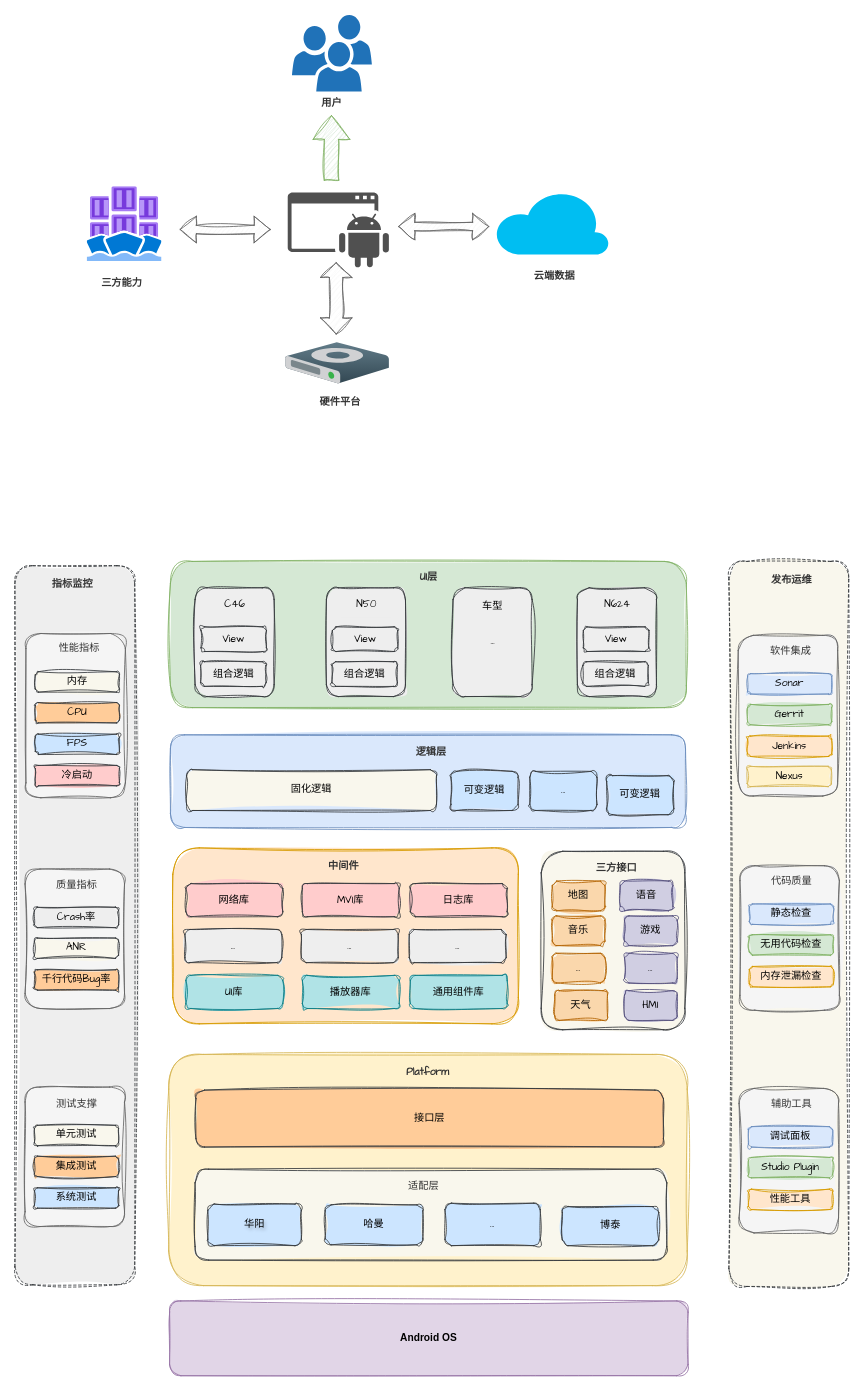
The draw.io diagram PPT.drawio in TryLoveCatch/charts, before the edit. Source tidied: cells renumbered, new cells numbered last; positions are measured from the earlier drawing's top-left corner, leaving out a move shared by most shapes. Both pictures are drawn from the tidied source at 85%, with x=0, y=0 at pixel (14, 14).
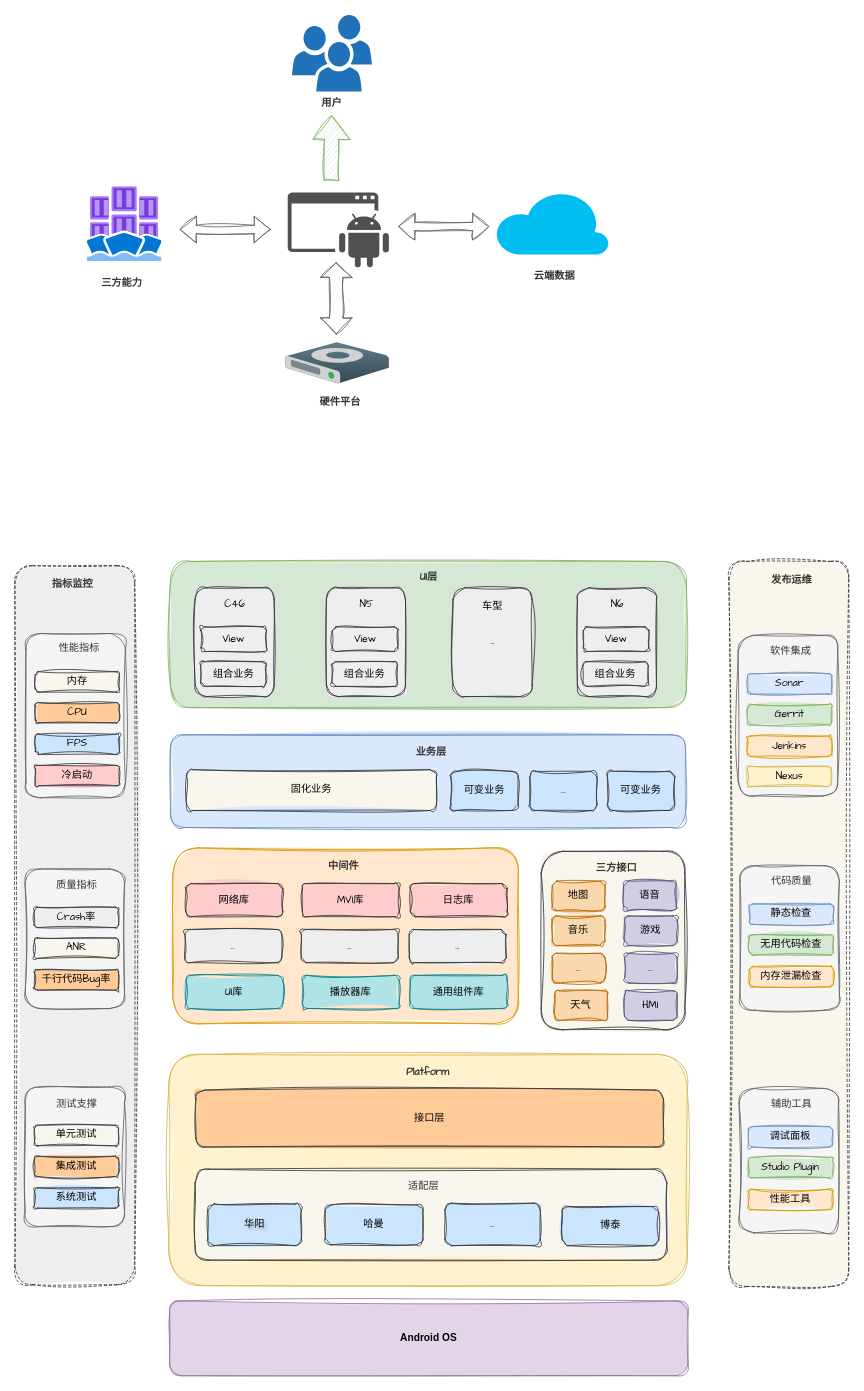
After the change.

The edit, as a diff of the source:
```diff
@@
     <mxCell id="30" value="语音" style="rounded=1;whiteSpace=wrap;html=1;sketch=1;jiggle=2;curveFitting=1;strokeColor=#56517e;align=center;verticalAlign=middle;fontFamily=Comic Sans MS;fontSize=12;labelBackgroundColor=none;fillColor=#d0cee2;fillStyle=solid;" parent="1" vertex="1">
-      <mxGeometry x="712.2" y="1019" width="62" height="35" as="geometry" />
+      <mxGeometry x="716.2" y="1019" width="62" height="35" as="geometry" />
     </mxCell>
@@
-    <mxCell id="48" value="&lt;b&gt;逻辑层&lt;/b&gt;" style="text;html=1;align=center;verticalAlign=middle;whiteSpace=wrap;rounded=0;fontFamily=Comic Sans MS;fontSize=12;fontColor=#333333;labelBackgroundColor=none;" parent="1" vertex="1">
+    <mxCell id="48" value="&lt;b&gt;业务层&lt;/b&gt;" style="text;html=1;align=center;verticalAlign=middle;whiteSpace=wrap;rounded=0;fontFamily=Comic Sans MS;fontSize=12;fontColor=#333333;labelBackgroundColor=none;" parent="1" vertex="1">
       <mxGeometry x="459.5" y="853" width="60" height="30" as="geometry" />
     </mxCell>
-    <mxCell id="49" value="固化逻辑" style="rounded=1;whiteSpace=wrap;html=1;sketch=1;jiggle=2;curveFitting=1;strokeColor=#36393d;align=center;verticalAlign=middle;fontFamily=Comic Sans MS;fontSize=12;labelBackgroundColor=none;fillColor=#f9f7ed;fillStyle=solid;" parent="1" vertex="1">
+    <mxCell id="49" value="固化业务" style="rounded=1;whiteSpace=wrap;html=1;sketch=1;jiggle=2;curveFitting=1;strokeColor=#36393d;align=center;verticalAlign=middle;fontFamily=Comic Sans MS;fontSize=12;labelBackgroundColor=none;fillColor=#f9f7ed;fillStyle=solid;" parent="1" vertex="1">
       <mxGeometry x="202" y="888" width="294" height="48" as="geometry" />
     </mxCell>
-    <mxCell id="50" value="可变逻辑" style="rounded=1;whiteSpace=wrap;html=1;sketch=1;jiggle=2;curveFitting=1;strokeColor=#36393d;align=center;verticalAlign=middle;fontFamily=Comic Sans MS;fontSize=12;labelBackgroundColor=none;fillColor=#cce5ff;fillStyle=solid;" parent="1" vertex="1">
+    <mxCell id="50" value="可变业务" style="rounded=1;whiteSpace=wrap;html=1;sketch=1;jiggle=2;curveFitting=1;strokeColor=#36393d;align=center;verticalAlign=middle;fontFamily=Comic Sans MS;fontSize=12;labelBackgroundColor=none;fillColor=#cce5ff;fillStyle=solid;" parent="1" vertex="1">
       <mxGeometry x="513" y="890" width="79" height="46" as="geometry" />
     </mxCell>
@@
-    <mxCell id="52" value="可变逻辑" style="rounded=1;whiteSpace=wrap;html=1;sketch=1;jiggle=2;curveFitting=1;strokeColor=#36393d;align=center;verticalAlign=middle;fontFamily=Comic Sans MS;fontSize=12;labelBackgroundColor=none;fillColor=#cce5ff;fillStyle=solid;" parent="1" vertex="1">
-      <mxGeometry x="696.2" y="895" width="79" height="46" as="geometry" />
+    <mxCell id="52" value="可变业务" style="rounded=1;whiteSpace=wrap;html=1;sketch=1;jiggle=2;curveFitting=1;strokeColor=#36393d;align=center;verticalAlign=middle;fontFamily=Comic Sans MS;fontSize=12;labelBackgroundColor=none;fillColor=#cce5ff;fillStyle=solid;" parent="1" vertex="1">
+      <mxGeometry x="697.2" y="890" width="79" height="46" as="geometry" />
     </mxCell>
@@
-    <mxCell id="57" value="组合逻辑" style="rounded=1;whiteSpace=wrap;html=1;sketch=1;jiggle=2;curveFitting=1;strokeColor=#36393d;align=center;verticalAlign=middle;fontFamily=Comic Sans MS;fontSize=12;labelBackgroundColor=none;fillColor=#eeeeee;fillStyle=solid;" parent="1" vertex="1">
+    <mxCell id="57" value="组合业务" style="rounded=1;whiteSpace=wrap;html=1;sketch=1;jiggle=2;curveFitting=1;strokeColor=#36393d;align=center;verticalAlign=middle;fontFamily=Comic Sans MS;fontSize=12;labelBackgroundColor=none;fillColor=#eeeeee;fillStyle=solid;" parent="1" vertex="1">
       <mxGeometry x="218.5" y="761" width="77" height="29" as="geometry" />
     </mxCell>
@@
-    <mxCell id="61" value="组合逻辑" style="rounded=1;whiteSpace=wrap;html=1;sketch=1;jiggle=2;curveFitting=1;strokeColor=#36393d;align=center;verticalAlign=middle;fontFamily=Comic Sans MS;fontSize=12;labelBackgroundColor=none;fillColor=#eeeeee;fillStyle=solid;" parent="1" vertex="1">
+    <mxCell id="61" value="组合业务" style="rounded=1;whiteSpace=wrap;html=1;sketch=1;jiggle=2;curveFitting=1;strokeColor=#36393d;align=center;verticalAlign=middle;fontFamily=Comic Sans MS;fontSize=12;labelBackgroundColor=none;fillColor=#eeeeee;fillStyle=solid;" parent="1" vertex="1">
       <mxGeometry x="373" y="761" width="77" height="29" as="geometry" />
     </mxCell>
-    <mxCell id="62" value="N50" style="text;html=1;align=center;verticalAlign=middle;whiteSpace=wrap;rounded=0;fontFamily=Comic Sans MS;fontSize=12;labelBackgroundColor=none;fillColor=#eeeeee;strokeColor=none;fillStyle=solid;" parent="1" vertex="1">
+    <mxCell id="62" value="N5" style="text;html=1;align=center;verticalAlign=middle;whiteSpace=wrap;rounded=0;fontFamily=Comic Sans MS;fontSize=12;labelBackgroundColor=none;fillColor=#eeeeee;strokeColor=none;fillStyle=solid;" parent="1" vertex="1">
       <mxGeometry x="383.5" y="679" width="60" height="30" as="geometry" />
     </mxCell>
@@
-    <mxCell id="66" value="组合逻辑" style="rounded=1;whiteSpace=wrap;html=1;sketch=1;jiggle=2;curveFitting=1;strokeColor=#36393d;align=center;verticalAlign=middle;fontFamily=Comic Sans MS;fontSize=12;labelBackgroundColor=none;fillColor=#eeeeee;fillStyle=solid;" parent="1" vertex="1">
+    <mxCell id="66" value="组合业务" style="rounded=1;whiteSpace=wrap;html=1;sketch=1;jiggle=2;curveFitting=1;strokeColor=#36393d;align=center;verticalAlign=middle;fontFamily=Comic Sans MS;fontSize=12;labelBackgroundColor=none;fillColor=#eeeeee;fillStyle=solid;" parent="1" vertex="1">
       <mxGeometry x="668.2" y="761" width="77" height="29" as="geometry" />
     </mxCell>
-    <mxCell id="67" value="N624" style="text;html=1;align=center;verticalAlign=middle;whiteSpace=wrap;rounded=0;fontFamily=Comic Sans MS;fontSize=12;labelBackgroundColor=none;fillColor=none;strokeColor=none;fillStyle=solid;" parent="1" vertex="1">
+    <mxCell id="67" value="N6" style="text;html=1;align=center;verticalAlign=middle;whiteSpace=wrap;rounded=0;fontFamily=Comic Sans MS;fontSize=12;labelBackgroundColor=none;fillColor=none;strokeColor=none;fillStyle=solid;" parent="1" vertex="1">
       <mxGeometry x="678.8" y="679" width="60" height="30" as="geometry" />
     </mxCell>
```
